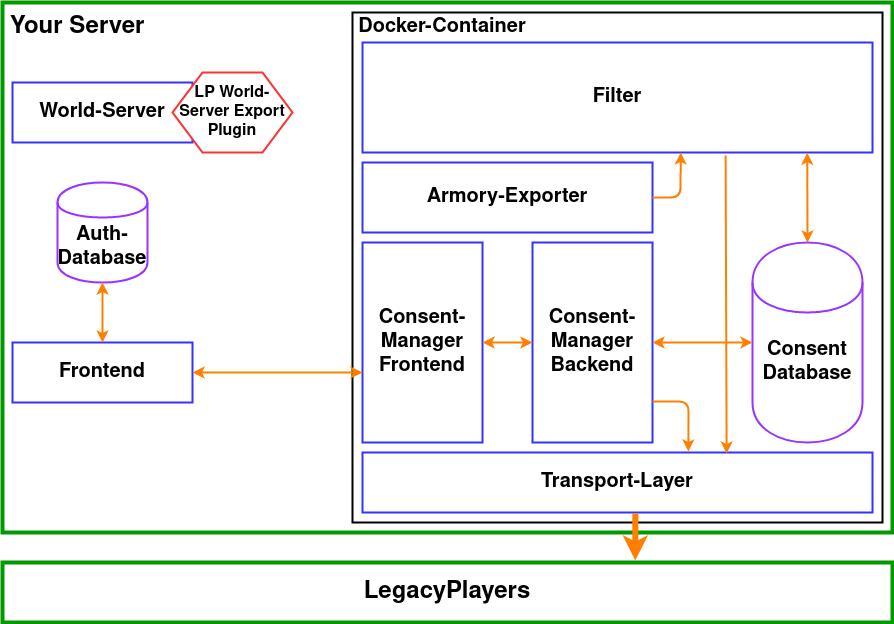
Geigerkind/LegacyPlayersV3 keeps this draw.io diagram as Exporter/LP-Export-Functionality.png. Above is the earlier version. Source tidied: cells renumbered, new cells last; positions are measured from the earlier drawing's top-left corner, leaving out a move shared by most shapes. Its diagram source:
```xml
<mxGraphModel>
  <root>
    <mxCell id="0" />
    <mxCell id="1" parent="0" />
    <mxCell id="2" style="rounded=0;whiteSpace=wrap;html=1;strokeColor=#009900;strokeWidth=4;fillColor=#ffffff;" parent="1" vertex="1">
      <mxGeometry width="890" height="530" as="geometry" />
    </mxCell>
    <mxCell id="3" value="&lt;b&gt;&lt;font style=&quot;font-size: 20px&quot;&gt;World-Server&lt;/font&gt;&lt;/b&gt;" style="rounded=0;whiteSpace=wrap;html=1;strokeColor=#3333FF;strokeWidth=2;" parent="1" vertex="1">
      <mxGeometry x="10" y="80" width="180" height="60" as="geometry" />
    </mxCell>
    <mxCell id="4" value="&lt;font style=&quot;font-size: 16px&quot;&gt;&lt;b&gt;LP World-Server Export Plugin&lt;br&gt;&lt;/b&gt;&lt;/font&gt;" style="shape=hexagon;perimeter=hexagonPerimeter2;whiteSpace=wrap;html=1;strokeColor=#FF3333;strokeWidth=2;" parent="1" vertex="1">
      <mxGeometry x="170" y="70" width="120" height="80" as="geometry" />
    </mxCell>
    <mxCell id="5" value="&lt;font style=&quot;font-size: 20px&quot;&gt;&lt;b&gt;Frontend&lt;/b&gt;&lt;/font&gt;" style="rounded=0;whiteSpace=wrap;html=1;strokeColor=#3333FF;strokeWidth=2;" parent="1" vertex="1">
      <mxGeometry x="10" y="340" width="180" height="60" as="geometry" />
    </mxCell>
    <mxCell id="6" value="&lt;font style=&quot;font-size: 20px&quot;&gt;&lt;b&gt;Auth-Database&lt;/b&gt;&lt;/font&gt;" style="shape=cylinder;whiteSpace=wrap;html=1;boundedLbl=1;backgroundOutline=1;strokeColor=#9933FF;strokeWidth=2;" parent="1" vertex="1">
      <mxGeometry x="55" y="180" width="90" height="100" as="geometry" />
    </mxCell>
    <mxCell id="7" style="endArrow=classic;startArrow=classic;html=1;entryX=0.5;entryY=1;entryDx=0;entryDy=0;strokeColor=#FF8000;strokeWidth=2;" parent="1" edge="1" source="5" target="6">
      <mxGeometry relative="1" as="geometry" />
    </mxCell>
    <mxCell id="8" style="rounded=0;whiteSpace=wrap;html=1;fillColor=none;align=left;strokeColor=#000000;strokeWidth=2;" parent="1" vertex="1">
      <mxGeometry x="350" y="10" width="530" height="510" as="geometry" />
    </mxCell>
    <mxCell id="9" value="&lt;font style=&quot;font-size: 20px&quot;&gt;&lt;b&gt;Docker-Container&lt;br&gt;&lt;/b&gt;&lt;/font&gt;" style="text;html=1;strokeColor=none;fillColor=none;align=center;verticalAlign=middle;whiteSpace=wrap;rounded=0;" parent="1" vertex="1">
      <mxGeometry x="350" y="10" width="180" height="30" as="geometry" />
    </mxCell>
    <mxCell id="10" value="&lt;font style=&quot;font-size: 20px&quot;&gt;&lt;b&gt;Transport-Layer&lt;/b&gt;&lt;/font&gt;" style="rounded=0;whiteSpace=wrap;html=1;strokeColor=#3333FF;strokeWidth=2;fillColor=#ffffff;" parent="1" vertex="1">
      <mxGeometry x="360" y="450" width="510" height="60" as="geometry" />
    </mxCell>
    <mxCell id="11" value="&lt;font style=&quot;font-size: 20px&quot;&gt;&lt;b&gt;Consent-Manager Frontend&lt;br&gt;&lt;/b&gt;&lt;/font&gt;" style="rounded=0;whiteSpace=wrap;html=1;strokeColor=#3333FF;strokeWidth=2;fillColor=#ffffff;" parent="1" vertex="1">
      <mxGeometry x="360" y="240" width="120" height="200" as="geometry" />
    </mxCell>
    <mxCell id="12" value="&lt;font style=&quot;font-size: 20px&quot;&gt;&lt;b&gt;Filter&lt;/b&gt;&lt;/font&gt;" style="rounded=0;whiteSpace=wrap;html=1;strokeColor=#3333FF;strokeWidth=2;fillColor=#ffffff;" parent="1" vertex="1">
      <mxGeometry x="360" y="40" width="510" height="110" as="geometry" />
    </mxCell>
    <mxCell id="13" value="&lt;div style=&quot;font-size: 20px&quot;&gt;&lt;font style=&quot;font-size: 20px&quot;&gt;&lt;b&gt;Armory-Exporter&lt;/b&gt;&lt;/font&gt;&lt;/div&gt;" style="rounded=0;whiteSpace=wrap;html=1;strokeColor=#3333FF;strokeWidth=2;fillColor=#ffffff;" parent="1" vertex="1">
      <mxGeometry x="360" y="160" width="290" height="70" as="geometry" />
    </mxCell>
    <mxCell id="14" value="&lt;font style=&quot;font-size: 20px&quot;&gt;&lt;b&gt;Consent Database&lt;br&gt;&lt;/b&gt;&lt;/font&gt;" style="shape=cylinder;whiteSpace=wrap;html=1;boundedLbl=1;backgroundOutline=1;strokeColor=#9933FF;strokeWidth=2;fillColor=#ffffff;" parent="1" vertex="1">
      <mxGeometry x="750" y="240" width="110" height="200" as="geometry" />
    </mxCell>
    <mxCell id="15" value="&lt;font style=&quot;font-size: 20px&quot;&gt;&lt;b&gt;Consent-Manager Backend&lt;br&gt;&lt;/b&gt;&lt;/font&gt;" style="rounded=0;whiteSpace=wrap;html=1;strokeColor=#3333FF;strokeWidth=2;fillColor=#ffffff;" parent="1" vertex="1">
      <mxGeometry x="530" y="240" width="120" height="200" as="geometry" />
    </mxCell>
    <mxCell id="16" style="endArrow=classic;startArrow=classic;html=1;entryX=1;entryY=0.5;entryDx=0;entryDy=0;exitX=0;exitY=0.65;exitDx=0;exitDy=0;exitPerimeter=0;strokeColor=#FF8000;strokeWidth=2;" parent="1" edge="1" source="11" target="5">
      <mxGeometry relative="1" as="geometry" />
    </mxCell>
    <mxCell id="17" style="endArrow=classic;startArrow=classic;html=1;entryX=0;entryY=0.5;entryDx=0;entryDy=0;exitX=1;exitY=0.5;exitDx=0;exitDy=0;strokeWidth=2;strokeColor=#FF8000;" parent="1" edge="1" source="11" target="15">
      <mxGeometry relative="1" as="geometry" />
    </mxCell>
    <mxCell id="18" style="endArrow=classic;html=1;exitX=1;exitY=0.5;exitDx=0;exitDy=0;entryX=0.624;entryY=1;entryDx=0;entryDy=0;entryPerimeter=0;strokeColor=#FF8000;strokeWidth=2;" parent="1" edge="1" source="13" target="12">
      <mxGeometry relative="1" as="geometry">
        <Array as="points">
          <mxPoint x="678" y="195" />
        </Array>
      </mxGeometry>
    </mxCell>
    <mxCell id="19" style="endArrow=classic;html=1;strokeColor=#FF8000;strokeWidth=2;exitX=0.712;exitY=1.027;exitDx=0;exitDy=0;entryX=0.714;entryY=0.017;entryDx=0;entryDy=0;exitPerimeter=0;entryPerimeter=0;" parent="1" edge="1" source="12" target="10">
      <mxGeometry relative="1" as="geometry" />
    </mxCell>
    <mxCell id="20" style="endArrow=classic;startArrow=classic;html=1;strokeColor=#FF8000;strokeWidth=2;entryX=1;entryY=0.5;entryDx=0;entryDy=0;" parent="1" edge="1" target="15">
      <mxGeometry relative="1" as="geometry">
        <mxPoint x="750" y="340" as="sourcePoint" />
      </mxGeometry>
    </mxCell>
    <mxCell id="21" style="endArrow=classic;startArrow=classic;html=1;strokeColor=#FF8000;strokeWidth=2;entryX=0.5;entryY=0;entryDx=0;entryDy=0;exitX=0.858;exitY=0.275;exitDx=0;exitDy=0;exitPerimeter=0;" parent="1" edge="1" source="8" target="14">
      <mxGeometry relative="1" as="geometry" />
    </mxCell>
    <mxCell id="22" style="endArrow=classic;html=1;strokeColor=#FF8000;strokeWidth=2;exitX=1;exitY=0.795;exitDx=0;exitDy=0;exitPerimeter=0;entryX=0.639;entryY=-0.017;entryDx=0;entryDy=0;entryPerimeter=0;" parent="1" edge="1" source="15" target="10">
      <mxGeometry relative="1" as="geometry">
        <Array as="points">
          <mxPoint x="686" y="399" />
        </Array>
      </mxGeometry>
    </mxCell>
    <mxCell id="23" value="&lt;div align=&quot;center&quot;&gt;&lt;font style=&quot;font-size: 24px&quot;&gt;&lt;b&gt;Your Server&lt;/b&gt;&lt;/font&gt;&lt;br&gt;&lt;/div&gt;" style="text;html=1;strokeColor=none;fillColor=none;align=center;verticalAlign=middle;whiteSpace=wrap;rounded=0;" parent="1" vertex="1">
      <mxGeometry width="150" height="50" as="geometry" />
    </mxCell>
    <mxCell id="24" value="&lt;font style=&quot;font-size: 24px&quot;&gt;&lt;b&gt;LegacyPlayers&lt;/b&gt;&lt;/font&gt;" style="rounded=0;whiteSpace=wrap;html=1;strokeColor=#009900;strokeWidth=4;fillColor=#ffffff;" parent="1" vertex="1">
      <mxGeometry y="560" width="890" height="60" as="geometry" />
    </mxCell>
    <mxCell id="25" style="endArrow=classic;html=1;strokeColor=#FF8000;strokeWidth=6;exitX=0.535;exitY=1.017;exitDx=0;exitDy=0;exitPerimeter=0;entryX=0.711;entryY=-0.033;entryDx=0;entryDy=0;entryPerimeter=0;" parent="1" edge="1" source="10" target="24">
      <mxGeometry relative="1" as="geometry" />
    </mxCell>
  </root>
</mxGraphModel>
```
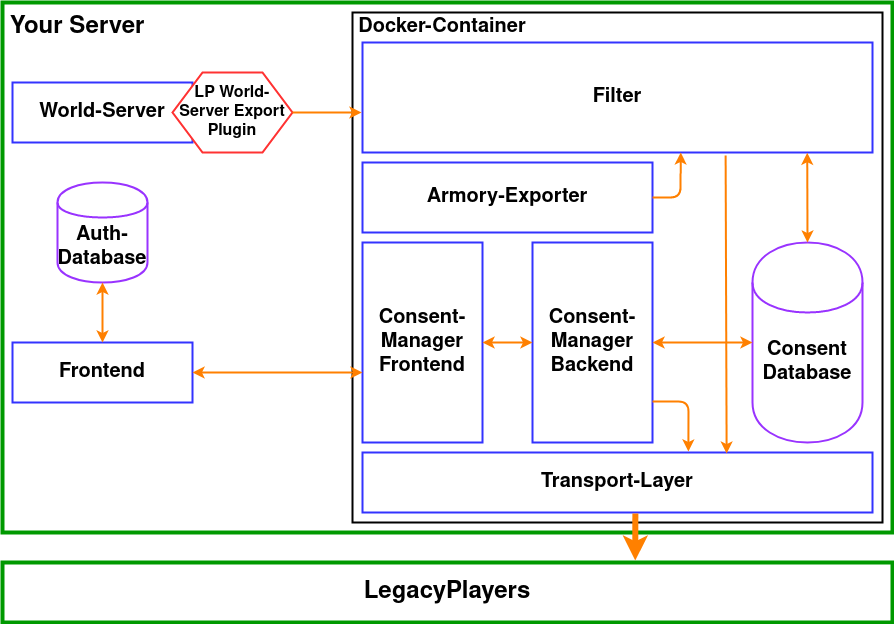
After the change.

Commit message:
Forgot an arrow

The edit, as a diff of the source:
```diff
@@ -84,5 +84,10 @@
     <mxCell id="25" style="endArrow=classic;html=1;strokeColor=#FF8000;strokeWidth=6;exitX=0.535;exitY=1.017;exitDx=0;exitDy=0;exitPerimeter=0;entryX=0.711;entryY=-0.033;entryDx=0;entryDy=0;entryPerimeter=0;" parent="1" edge="1" source="10" target="24">
       <mxGeometry relative="1" as="geometry" />
     </mxCell>
+    <mxCell id="26" style="endArrow=classic;html=1;strokeColor=#FF8000;strokeWidth=2;exitX=1;exitY=0.5;exitDx=0;exitDy=0;" parent="1" edge="1" source="4">
+      <mxGeometry relative="1" as="geometry">
+        <mxPoint x="359" y="110" as="targetPoint" />
+      </mxGeometry>
+    </mxCell>
   </root>
 </mxGraphModel>
```
